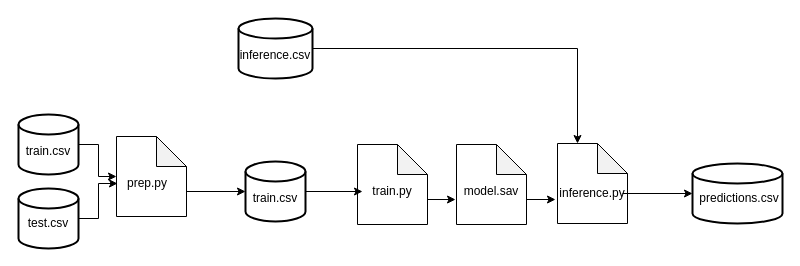
The draw.io diagram Tarea5.drawio in javierMoG/APD_tarea_3, before the edit. Source tidied: cells renumbered, new cells numbered last; positions are measured from the earlier drawing's top-left corner, leaving out a move shared by most shapes. Both pictures are drawn from the tidied source at 100%, with x=0, y=0 at pixel (18, 18).
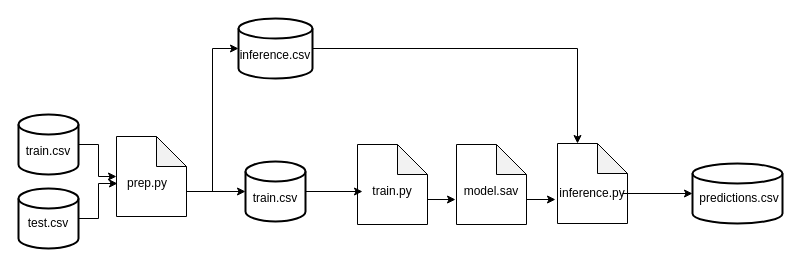
Above is the later version.

The change refers to these unchanged cells:
```xml
<mxCell id="7" style="shape=note;whiteSpace=wrap;html=1;backgroundOutline=1;darkOpacity=0.05;" parent="1" vertex="1">
  <mxGeometry x="98" y="118" width="70" height="80" as="geometry" />
</mxCell>
<mxCell id="16" style="strokeWidth=2;html=1;shape=mxgraph.flowchart.database;whiteSpace=wrap;" parent="1" vertex="1">
  <mxGeometry x="220" width="74" height="60" as="geometry" />
</mxCell>
```

What changed in the source:
```diff
@@
+    <mxCell id="28" style="edgeStyle=orthogonalEdgeStyle;rounded=0;jettySize=auto;html=1;exitX=0;exitY=0;exitDx=70;exitDy=55;exitPerimeter=0;entryX=0;entryY=0.5;entryDx=0;entryDy=0;entryPerimeter=0;" parent="1" edge="1" source="7" target="16">
+      <mxGeometry relative="1" as="geometry" />
+    </mxCell>
```
